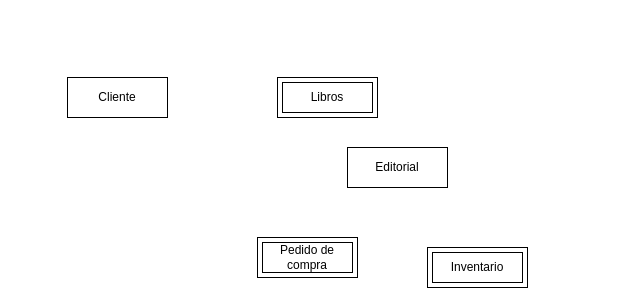
The draw.io diagram Diagrama sin título.drawio in valerojuan18/pythonForDataScience, before the edit. Source tidied: cells renumbered, new cells numbered last; positions are measured from the earlier drawing's top-left corner, leaving out a move shared by most shapes. Both pictures are drawn from the tidied source at 100%, with x=0, y=0 at pixel (67, 77).
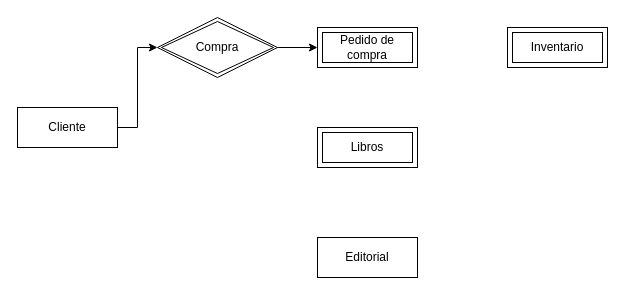
After the change.

Diff of the diagram source:
```diff
@@
 <mxGraphModel>
   <root>
     <mxCell id="0" />
     <mxCell id="1" parent="0" />
+    <mxCell id="7" style="edgeStyle=orthogonalEdgeStyle;rounded=0;jettySize=auto;html=1;exitX=1;exitY=0.5;exitDx=0;exitDy=0;entryX=0;entryY=0.5;entryDx=0;entryDy=0;" parent="1" edge="1" source="2" target="9">
+      <mxGeometry relative="1" as="geometry" />
+    </mxCell>
     <mxCell id="2" value="Cliente" style="whiteSpace=wrap;html=1;align=center;" parent="1" vertex="1">
-      <mxGeometry width="100" height="40" as="geometry" />
+      <mxGeometry x="-50" y="30" width="100" height="40" as="geometry" />
     </mxCell>
     <mxCell id="3" value="Libros" style="shape=ext;margin=3;double=1;whiteSpace=wrap;html=1;align=center;" parent="1" vertex="1">
-      <mxGeometry x="210" width="100" height="40" as="geometry" />
+      <mxGeometry x="250" y="50" width="100" height="40" as="geometry" />
     </mxCell>
     <mxCell id="4" value="Editorial" style="whiteSpace=wrap;html=1;align=center;" parent="1" vertex="1">
-      <mxGeometry x="280" y="70" width="100" height="40" as="geometry" />
+      <mxGeometry x="250" y="160" width="100" height="40" as="geometry" />
     </mxCell>
     <mxCell id="5" value="Inventario" style="shape=ext;margin=3;double=1;whiteSpace=wrap;html=1;align=center;" parent="1" vertex="1">
-      <mxGeometry x="360" y="170" width="100" height="40" as="geometry" />
+      <mxGeometry x="440" y="-50" width="100" height="40" as="geometry" />
     </mxCell>
     <mxCell id="6" value="Pedido de compra" style="shape=ext;margin=3;double=1;whiteSpace=wrap;html=1;align=center;" parent="1" vertex="1">
-      <mxGeometry x="190" y="160" width="100" height="40" as="geometry" />
+      <mxGeometry x="250" y="-50" width="100" height="40" as="geometry" />
     </mxCell>
+    <mxCell id="8" style="edgeStyle=orthogonalEdgeStyle;rounded=0;jettySize=auto;html=1;exitX=1;exitY=0.5;exitDx=0;exitDy=0;entryX=0;entryY=0.5;entryDx=0;entryDy=0;" parent="1" edge="1" source="9" target="6">
+      <mxGeometry relative="1" as="geometry" />
+    </mxCell>
+    <mxCell id="9" value="Compra" style="shape=rhombus;double=1;perimeter=rhombusPerimeter;whiteSpace=wrap;html=1;align=center;" parent="1" vertex="1">
+      <mxGeometry x="90" y="-60" width="120" height="60" as="geometry" />
+    </mxCell>
   </root>
 </mxGraphModel>
```
